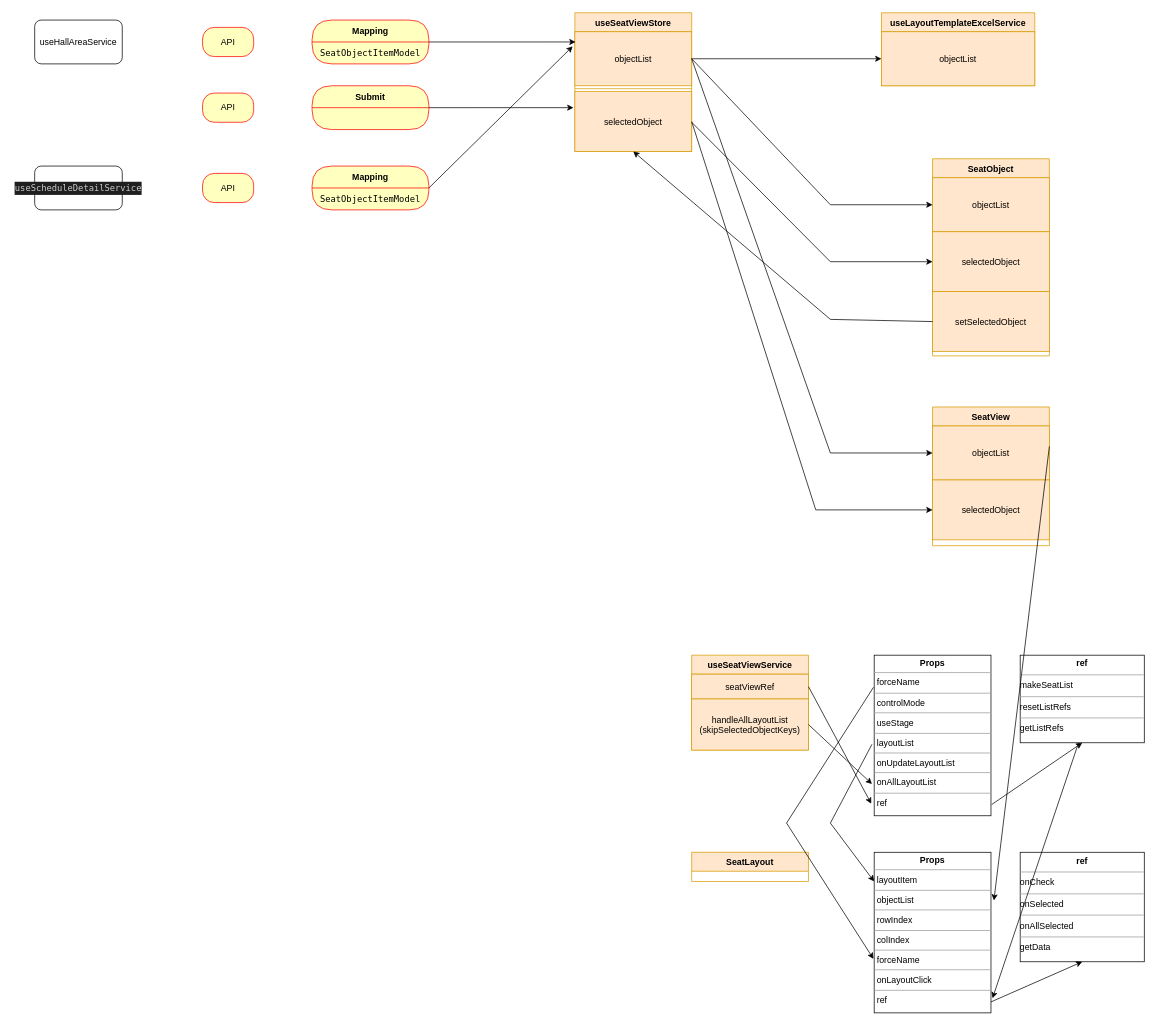
This is 202310_seat_goods.drawio from monolifeYw/drawio, a draw.io file, before an edit. Source tidied: cells renumbered, new cells numbered last; positions are measured from the earlier drawing's top-left corner, leaving out a move shared by most shapes. Both pictures are drawn from the tidied source at 73%, with x=0, y=0 at pixel (34, 12).
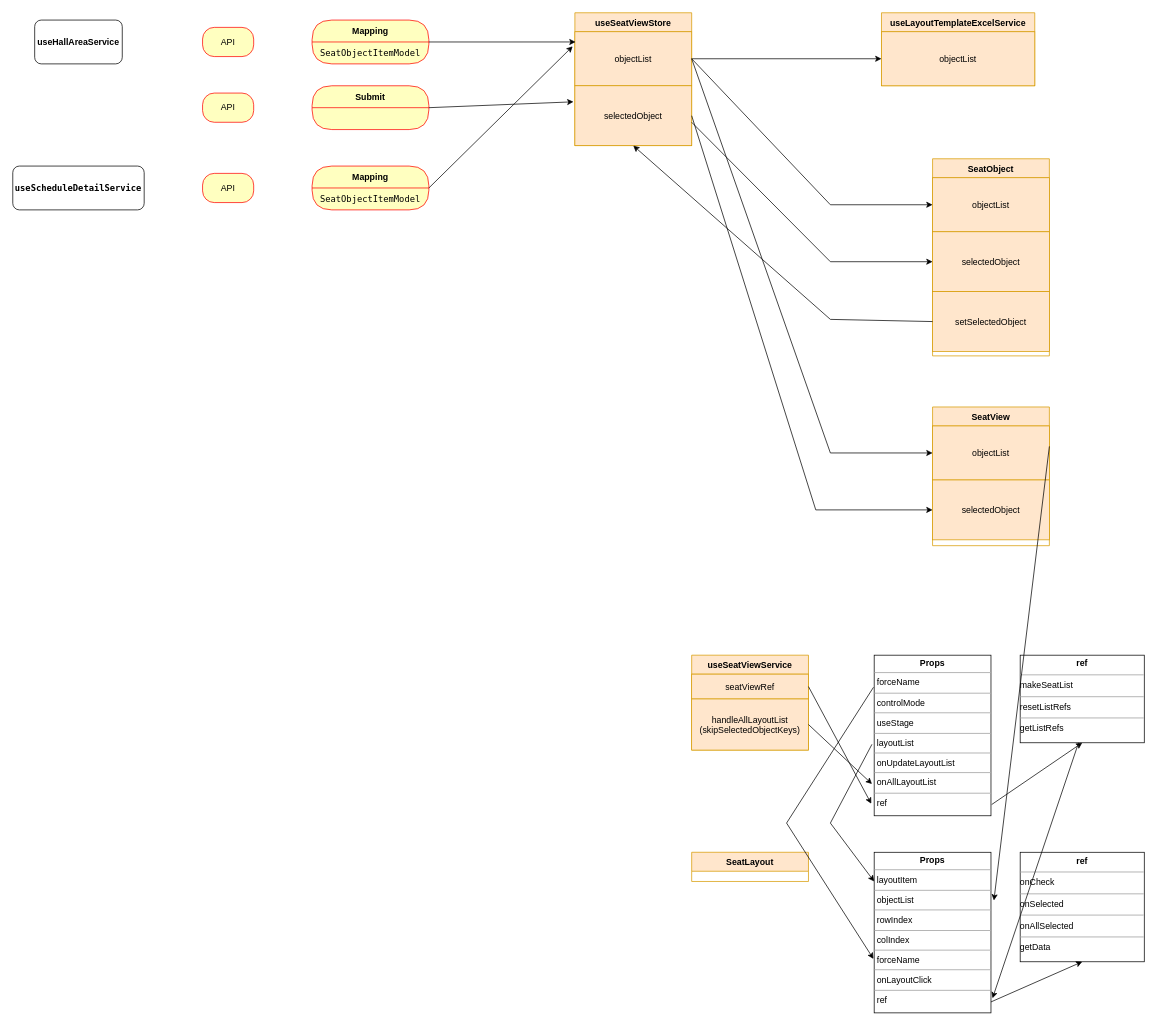
The same diagram, later.

What changed in the source:
```diff
@@
     <mxCell id="2" value="useSeatViewStore" style="swimlane;fontStyle=1;align=center;verticalAlign=top;horizontal=1;startSize=26;rounded=0;shadow=0;strokeWidth=1;fillColor=#ffe6cc;strokeColor=#d79b00;" parent="1" vertex="1">
-      <mxGeometry x="740" width="160" height="190" as="geometry" />
+      <mxGeometry x="740" width="160" height="182" as="geometry" />
     </mxCell>
@@
-    <mxCell id="4" style="line;html=1;strokeWidth=1;align=left;verticalAlign=middle;spacingTop=-1;spacingLeft=3;spacingRight=3;labelPosition=right;fillColor=#ffe6cc;strokeColor=#d79b00;" parent="2" vertex="1">
-      <mxGeometry y="100" width="160" height="8" as="geometry" />
-    </mxCell>
     <mxCell id="5" value="selectedObject" style="text;align=center;verticalAlign=middle;spacingLeft=4;spacingRight=4;overflow=hidden;points=[[0,0.5],[1,0.5]];portConstraint=eastwest;fillColor=#ffe6cc;strokeColor=#d79b00;" parent="2" vertex="1">
-      <mxGeometry y="108" width="160" height="82" as="geometry" />
+      <mxGeometry y="100" width="160" height="82" as="geometry" />
     </mxCell>
-    <mxCell id="6" value="useHallAreaService" style="rounded=1;whiteSpace=wrap;html=1;" parent="1" vertex="1">
+    <mxCell id="6" value="useHallAreaService" style="rounded=1;whiteSpace=wrap;html=1;fontStyle=1;" parent="1" vertex="1">
       <mxGeometry y="10" width="120" height="60" as="geometry" />
     </mxCell>
@@
-    <mxCell id="29" value="&lt;div style=&quot;color: rgb(204, 204, 204); background-color: rgb(31, 31, 31); font-family: Menlo, Monaco, &amp;quot;Courier New&amp;quot;, monospace; line-height: 18px;&quot;&gt;useScheduleDetailService&lt;/div&gt;" style="rounded=1;whiteSpace=wrap;html=1;" parent="1" vertex="1">
-      <mxGeometry y="210" width="120" height="60" as="geometry" />
+    <mxCell id="29" value="&lt;div style=&quot;font-family: Menlo, Monaco, &amp;quot;Courier New&amp;quot;, monospace; line-height: 18px;&quot;&gt;useScheduleDetailService&lt;/div&gt;" style="rounded=1;whiteSpace=wrap;html=1;fontStyle=1;" parent="1" vertex="1">
+      <mxGeometry x="-30" y="210" width="180" height="60" as="geometry" />
     </mxCell>
```
